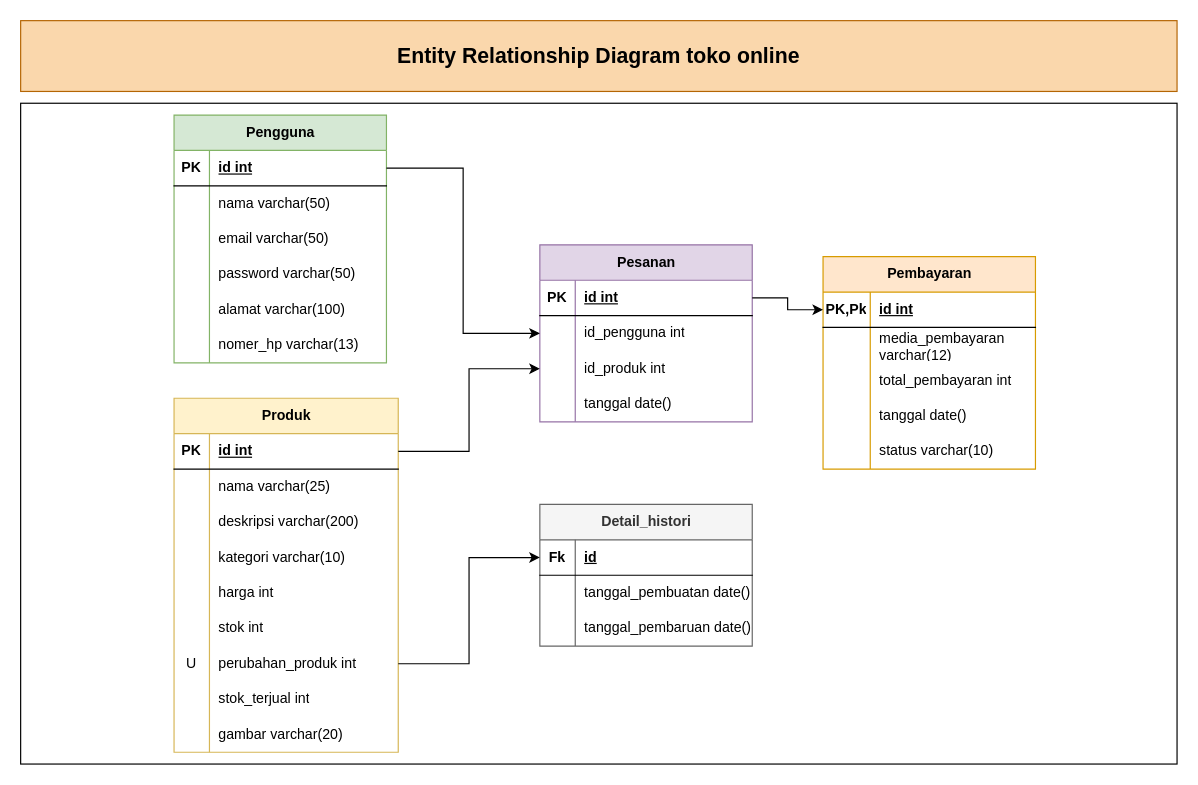
Above: Untitled Diagram.drawio in al-khoodhy/perancangan-db-toko-online (draw.io), before the change. Source tidied: cells renumbered, new cells numbered last; positions are measured from the earlier drawing's top-left corner, leaving out a move shared by most shapes. Both pictures are drawn from the tidied source at 118%, with x=0, y=0 at pixel (20, 20).
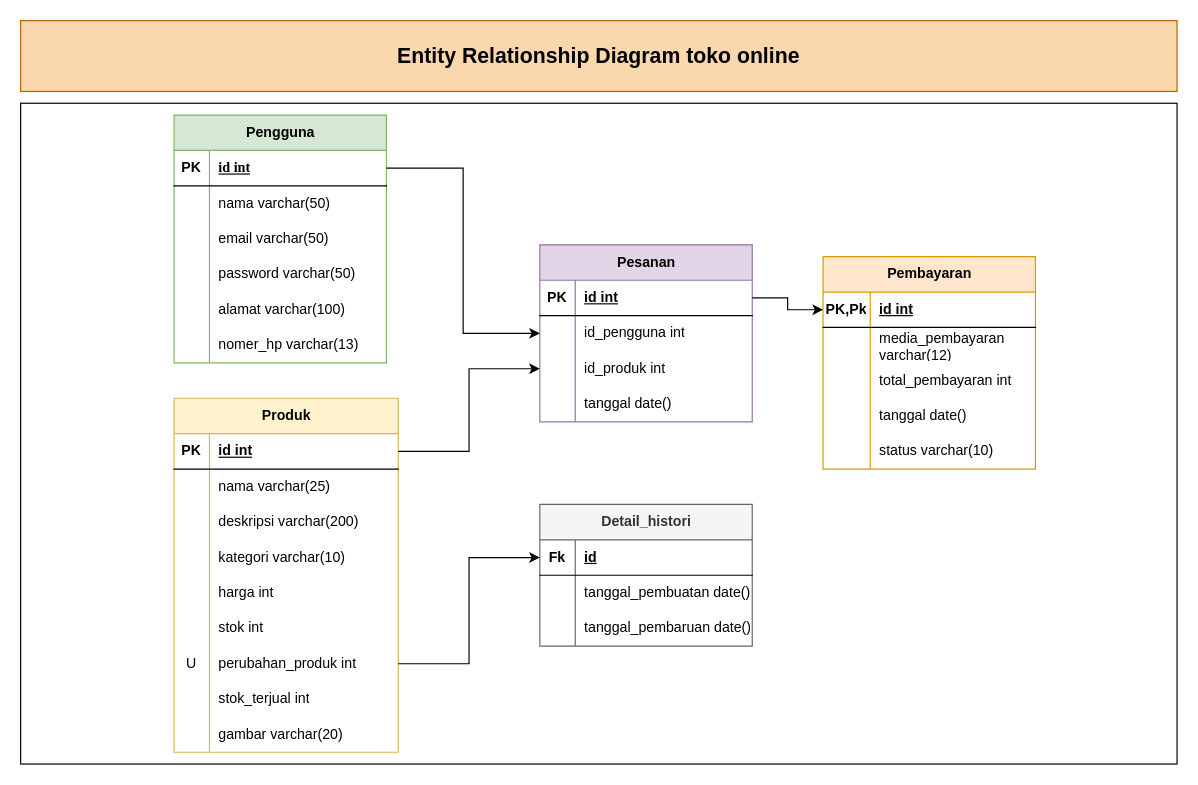
The same diagram, later.

Unchanged cells that the change refers to:
```xml
<mxCell id="32" style="shape=tableRow;horizontal=0;startSize=0;swimlaneHead=0;swimlaneBody=0;fillColor=none;points=[[0,0.5],[1,0.5]];portConstraint=eastwest;top=0;left=0;right=0;bottom=1;" parent="31" vertex="1">
  <mxGeometry y="30" width="180" height="30" as="geometry" />
</mxCell>
```

Change to the diagram source:
```diff
@@
-    <mxCell id="34" value="id int" style="shape=partialRectangle;fillColor=none;top=0;left=0;bottom=0;right=0;align=left;spacingLeft=6;fontStyle=5;overflow=hidden;whiteSpace=wrap;html=1;" parent="32" vertex="1">
+    <mxCell id="34" value="&lt;font face=&quot;Times New Roman&quot;&gt;id int&lt;/font&gt;" style="shape=partialRectangle;fillColor=none;top=0;left=0;bottom=0;right=0;align=left;spacingLeft=6;fontStyle=5;overflow=hidden;whiteSpace=wrap;html=1;" parent="32" vertex="1">
       <mxGeometry x="30" width="150" height="30" as="geometry" />
     </mxCell>
```
